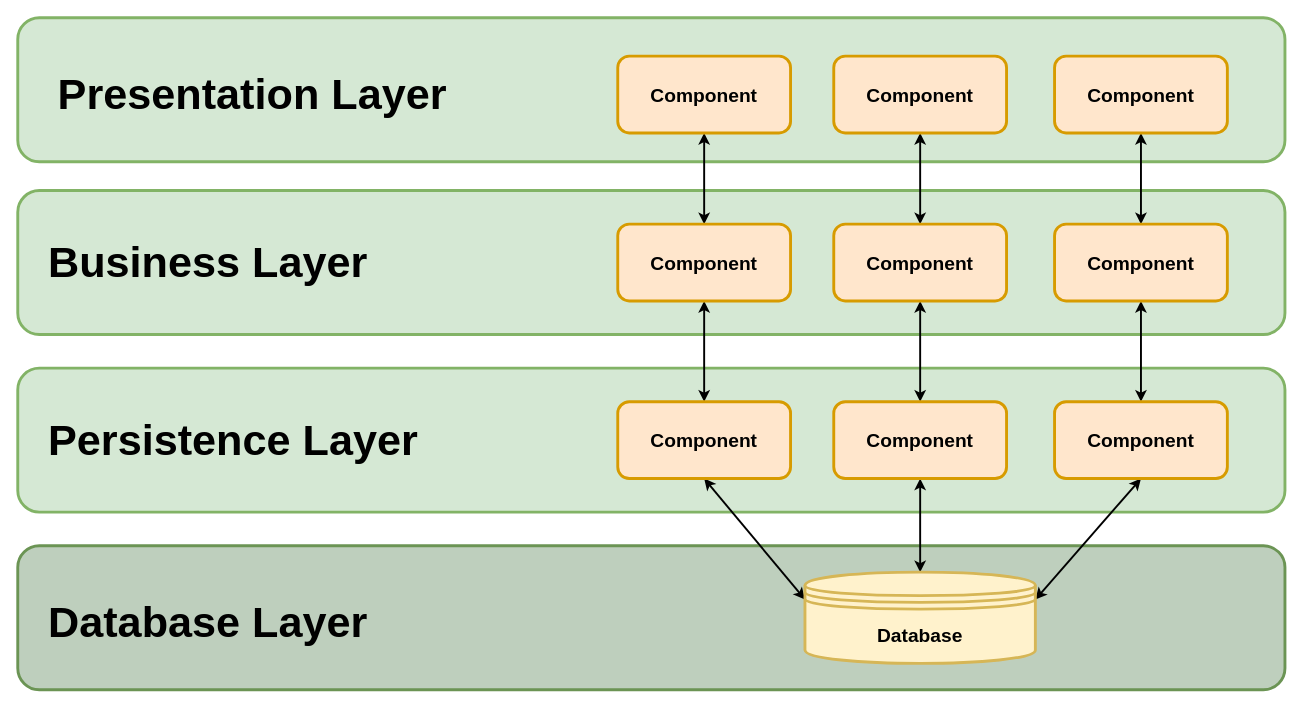
Before: layered-architecture/diagram-source.drawio in carltheperson/same-app-different-design-patterns, a draw.io diagram. Source tidied: cells renumbered, new cells numbered last; positions are measured from the earlier drawing's top-left corner, leaving out a move shared by most shapes. Both pictures are drawn from the tidied source at 96%, with x=0, y=0 at pixel (17, 17).
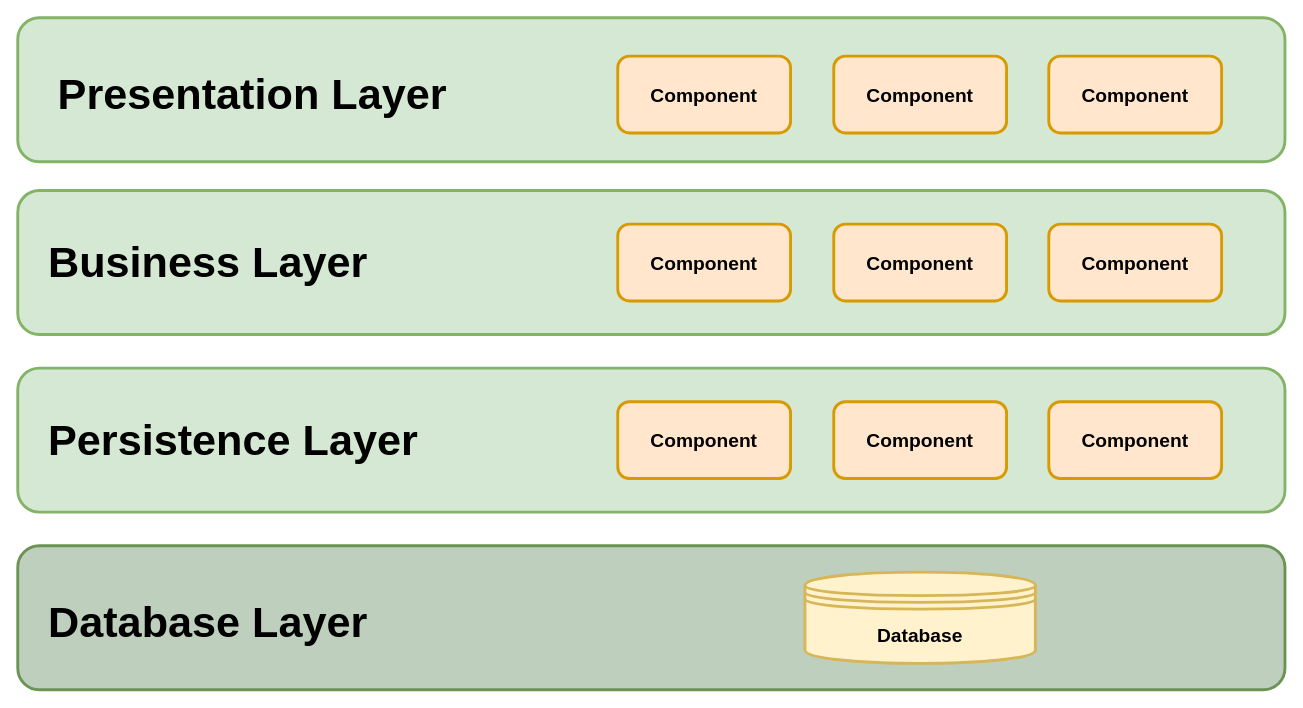
After the change.

Commit message (it also covers changes not shown here):
Changed layer diagram (removed arrows)

The change refers to these unchanged cells:
```xml
<mxCell id="11" value="&lt;font style=&quot;font-size: 20px&quot;&gt;&lt;b&gt;&lt;font style=&quot;font-size: 20px&quot;&gt;Component&lt;/font&gt;&lt;/b&gt;&lt;/font&gt;" style="rounded=1;whiteSpace=wrap;html=1;strokeColor=#d79b00;strokeWidth=3;fillColor=#ffe6cc;" parent="1" vertex="1">
  <mxGeometry x="625" y="40" width="180" height="80" as="geometry" />
</mxCell>
<mxCell id="13" value="&lt;font style=&quot;font-size: 20px&quot;&gt;&lt;b&gt;&lt;font style=&quot;font-size: 20px&quot;&gt;Component&lt;/font&gt;&lt;/b&gt;&lt;/font&gt;" style="rounded=1;whiteSpace=wrap;html=1;strokeColor=#d79b00;strokeWidth=3;fillColor=#ffe6cc;" parent="1" vertex="1">
  <mxGeometry x="850" y="40" width="180" height="80" as="geometry" />
</mxCell>
<mxCell id="17" value="&lt;font style=&quot;font-size: 20px&quot;&gt;&lt;b&gt;&lt;font style=&quot;font-size: 20px&quot;&gt;Component&lt;/font&gt;&lt;/b&gt;&lt;/font&gt;" style="rounded=1;whiteSpace=wrap;html=1;strokeColor=#d79b00;strokeWidth=3;fillColor=#ffe6cc;" parent="1" vertex="1">
  <mxGeometry x="625" y="215" width="180" height="80" as="geometry" />
</mxCell>
<mxCell id="19" value="&lt;font style=&quot;font-size: 20px&quot;&gt;&lt;b&gt;&lt;font style=&quot;font-size: 20px&quot;&gt;Component&lt;/font&gt;&lt;/b&gt;&lt;/font&gt;" style="rounded=1;whiteSpace=wrap;html=1;strokeColor=#d79b00;strokeWidth=3;fillColor=#ffe6cc;" parent="1" vertex="1">
  <mxGeometry x="850" y="215" width="180" height="80" as="geometry" />
</mxCell>
<mxCell id="23" value="&lt;font style=&quot;font-size: 20px&quot;&gt;&lt;b&gt;&lt;font style=&quot;font-size: 20px&quot;&gt;Component&lt;/font&gt;&lt;/b&gt;&lt;/font&gt;" style="rounded=1;whiteSpace=wrap;html=1;strokeColor=#d79b00;strokeWidth=3;fillColor=#ffe6cc;" parent="1" vertex="1">
  <mxGeometry x="625" y="400" width="180" height="80" as="geometry" />
</mxCell>
<mxCell id="25" value="&lt;font style=&quot;font-size: 20px&quot;&gt;&lt;b&gt;&lt;font style=&quot;font-size: 20px&quot;&gt;Component&lt;/font&gt;&lt;/b&gt;&lt;/font&gt;" style="rounded=1;whiteSpace=wrap;html=1;strokeColor=#d79b00;strokeWidth=3;fillColor=#ffe6cc;" parent="1" vertex="1">
  <mxGeometry x="850" y="400" width="180" height="80" as="geometry" />
</mxCell>
<mxCell id="28" value="&lt;font style=&quot;font-size: 20px&quot;&gt;&lt;b&gt;Database&lt;/b&gt;&lt;/font&gt;" style="shape=datastore;whiteSpace=wrap;html=1;strokeColor=#d6b656;strokeWidth=3;fillColor=#fff2cc;" parent="1" vertex="1">
  <mxGeometry x="820" y="577.5" width="240" height="95" as="geometry" />
</mxCell>
```

Diff of the diagram source:
```diff
@@
-    <mxCell id="10" style="edgeStyle=orthogonalEdgeStyle;rounded=1;jettySize=auto;html=1;exitX=0.5;exitY=1;exitDx=0;exitDy=0;strokeWidth=2;shadow=0;startArrow=classic;startFill=1;" parent="1" edge="1" source="11" target="17">
-      <mxGeometry relative="1" as="geometry" />
-    </mxCell>
@@
-    <mxCell id="12" style="edgeStyle=none;rounded=0;jettySize=auto;html=1;exitX=0.5;exitY=1;exitDx=0;exitDy=0;startArrow=classic;startFill=1;strokeWidth=2;" parent="1" edge="1" source="13" target="19">
-      <mxGeometry relative="1" as="geometry" />
-    </mxCell>
@@
-    <mxCell id="14" style="edgeStyle=none;rounded=0;jettySize=auto;html=1;exitX=0.5;exitY=1;exitDx=0;exitDy=0;startArrow=classic;startFill=1;strokeWidth=2;" parent="1" edge="1" source="15" target="21">
-      <mxGeometry relative="1" as="geometry" />
-    </mxCell>
     <mxCell id="15" value="&lt;font style=&quot;font-size: 20px&quot;&gt;&lt;b&gt;&lt;font style=&quot;font-size: 20px&quot;&gt;Component&lt;/font&gt;&lt;/b&gt;&lt;/font&gt;" style="rounded=1;whiteSpace=wrap;html=1;strokeColor=#d79b00;strokeWidth=3;fillColor=#ffe6cc;" parent="1" vertex="1">
-      <mxGeometry x="1080" y="40" width="180" height="80" as="geometry" />
+      <mxGeometry x="1074" y="40" width="180" height="80" as="geometry" />
     </mxCell>
-    <mxCell id="16" style="edgeStyle=orthogonalEdgeStyle;rounded=0;jettySize=auto;html=1;exitX=0.5;exitY=1;exitDx=0;exitDy=0;strokeWidth=2;startArrow=classic;startFill=1;" parent="1" edge="1" source="17" target="23">
-      <mxGeometry relative="1" as="geometry" />
-    </mxCell>
@@
-    <mxCell id="18" style="edgeStyle=none;rounded=0;jettySize=auto;html=1;exitX=0.5;exitY=1;exitDx=0;exitDy=0;strokeWidth=2;startArrow=classic;startFill=1;" parent="1" edge="1" source="19" target="25">
-      <mxGeometry relative="1" as="geometry" />
-    </mxCell>
@@
-    <mxCell id="20" style="edgeStyle=none;rounded=0;jettySize=auto;html=1;exitX=0.5;exitY=1;exitDx=0;exitDy=0;strokeWidth=2;startArrow=classic;startFill=1;" parent="1" edge="1" source="21" target="27">
-      <mxGeometry relative="1" as="geometry" />
-    </mxCell>
     <mxCell id="21" value="&lt;font style=&quot;font-size: 20px&quot;&gt;&lt;b&gt;&lt;font style=&quot;font-size: 20px&quot;&gt;Component&lt;/font&gt;&lt;/b&gt;&lt;/font&gt;" style="rounded=1;whiteSpace=wrap;html=1;strokeColor=#d79b00;strokeWidth=3;fillColor=#ffe6cc;" parent="1" vertex="1">
-      <mxGeometry x="1080" y="215" width="180" height="80" as="geometry" />
+      <mxGeometry x="1074" y="215" width="180" height="80" as="geometry" />
     </mxCell>
-    <mxCell id="22" style="rounded=0;jettySize=auto;html=1;exitX=0.5;exitY=1;exitDx=0;exitDy=0;entryX=0;entryY=0.3;entryDx=0;entryDy=0;strokeWidth=2;startArrow=classic;startFill=1;" parent="1" edge="1" source="23" target="28">
-      <mxGeometry relative="1" as="geometry" />
-    </mxCell>
@@
-    <mxCell id="24" style="edgeStyle=none;rounded=0;jettySize=auto;html=1;exitX=0.5;exitY=1;exitDx=0;exitDy=0;strokeWidth=2;startArrow=classic;startFill=1;" parent="1" edge="1" source="25" target="28">
-      <mxGeometry relative="1" as="geometry" />
-    </mxCell>
@@
-    <mxCell id="26" style="edgeStyle=none;rounded=0;jettySize=auto;html=1;exitX=0.5;exitY=1;exitDx=0;exitDy=0;entryX=1;entryY=0.3;entryDx=0;entryDy=0;startArrow=classic;startFill=1;strokeWidth=2;" parent="1" edge="1" source="27" target="28">
-      <mxGeometry relative="1" as="geometry" />
-    </mxCell>
     <mxCell id="27" value="&lt;font style=&quot;font-size: 20px&quot;&gt;&lt;b&gt;&lt;font style=&quot;font-size: 20px&quot;&gt;Component&lt;/font&gt;&lt;/b&gt;&lt;/font&gt;" style="rounded=1;whiteSpace=wrap;html=1;strokeColor=#d79b00;strokeWidth=3;fillColor=#ffe6cc;" parent="1" vertex="1">
-      <mxGeometry x="1080" y="400" width="180" height="80" as="geometry" />
+      <mxGeometry x="1074" y="400" width="180" height="80" as="geometry" />
     </mxCell>
```
